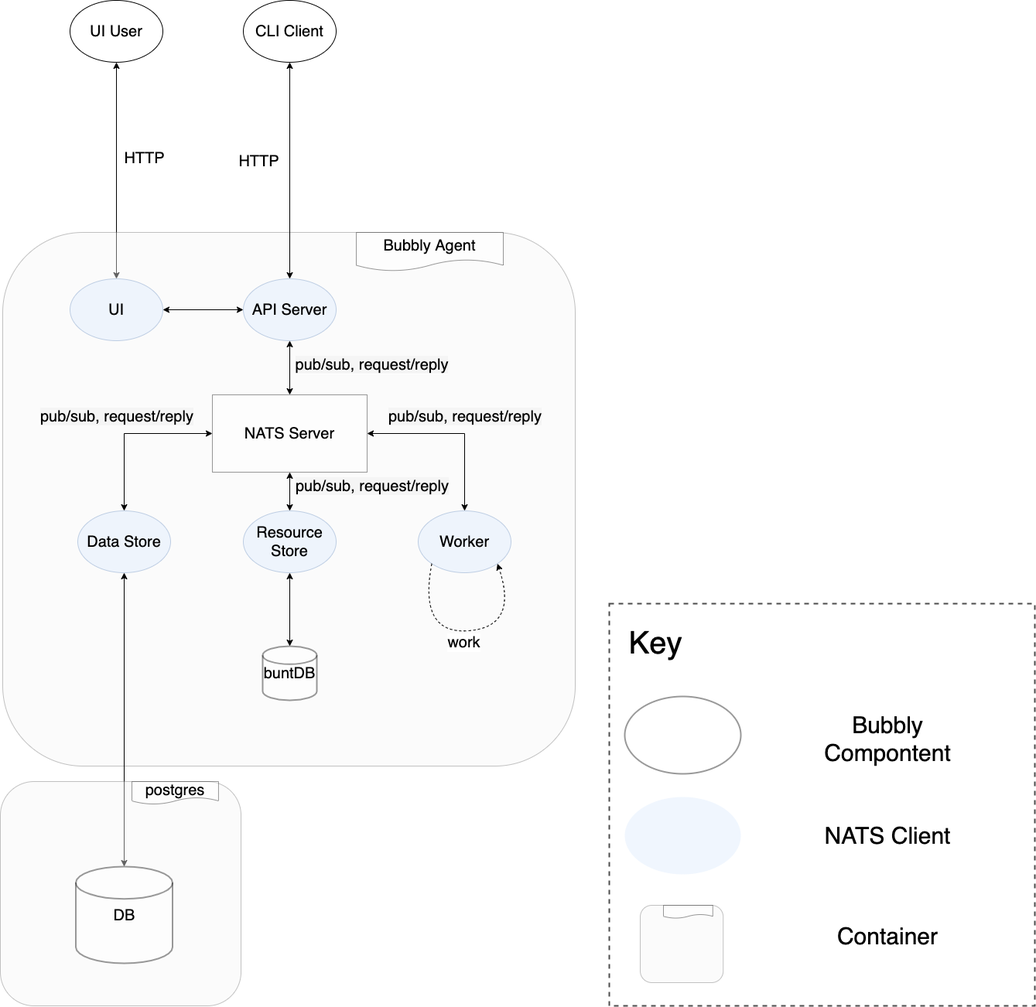
Earlier version of the draw.io export docs/images/architecture-single.png (valocode/bubbly). Source tidied: cells renumbered, new cells last; positions are measured from the earlier drawing's top-left corner, leaving out a move shared by most shapes.
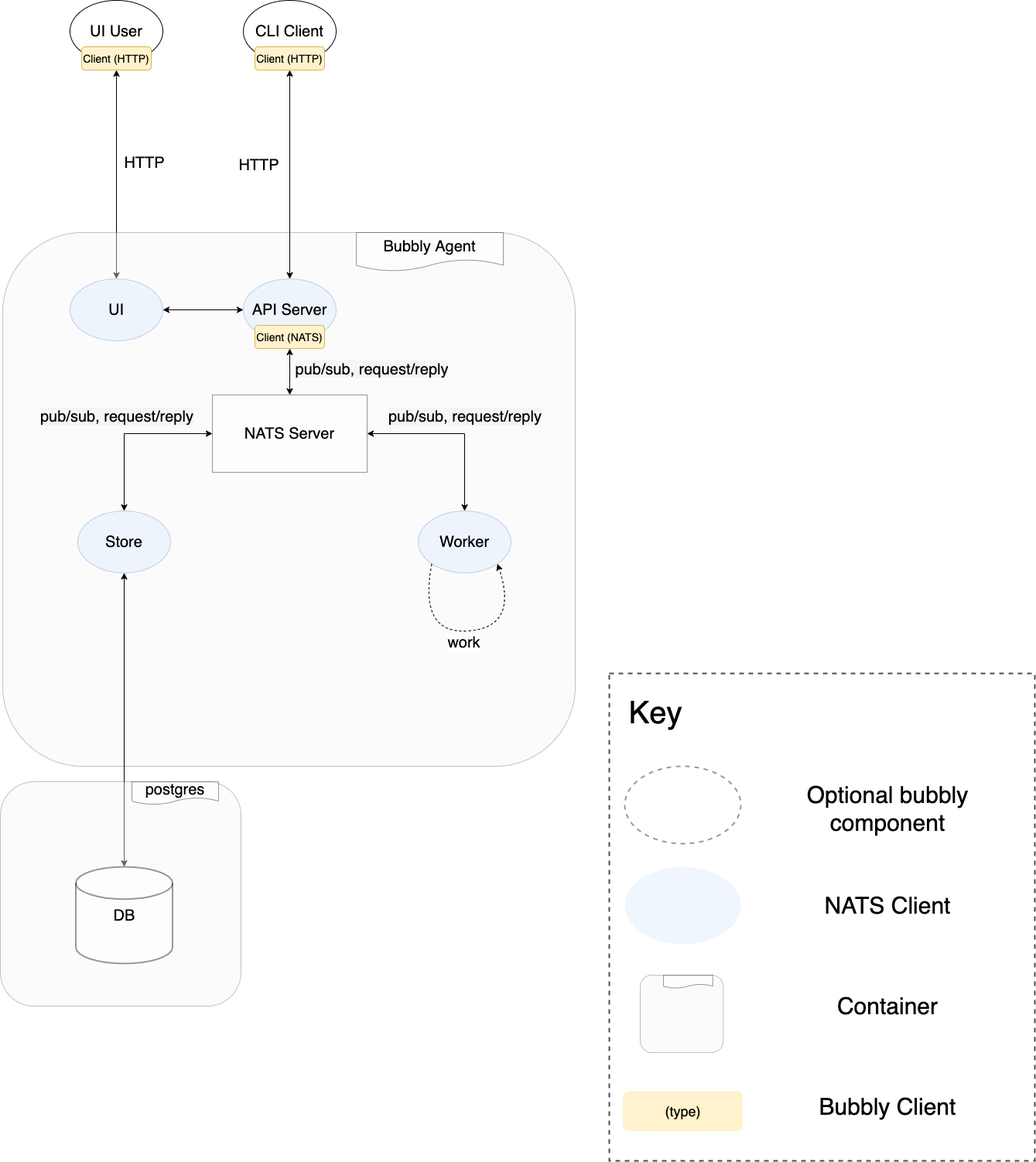
Above is the later version.

The edit, as a diff of the source:
```diff
@@ -8,13 +8,13 @@
     <mxCell id="3" value="CLI Client" style="ellipse;whiteSpace=wrap;html=1;fontSize=20;" parent="1" vertex="1">
       <mxGeometry x="314" width="120" height="80" as="geometry" />
     </mxCell>
-    <mxCell id="4" value="HTTP" style="endArrow=classic;html=1;fontSize=20;startArrow=classic;startFill=1;exitX=0.5;exitY=1;exitDx=0;exitDy=0;entryX=0.5;entryY=0;entryDx=0;entryDy=0;" parent="1" edge="1" source="2" target="24">
+    <mxCell id="4" value="HTTP" style="endArrow=classic;html=1;fontSize=20;startArrow=classic;startFill=1;exitX=0.5;exitY=1;exitDx=0;exitDy=0;entryX=0.5;entryY=0;entryDx=0;entryDy=0;" parent="1" edge="1" source="42" target="24">
       <mxGeometry x="-0.11" y="36" relative="1" as="geometry" />
     </mxCell>
     <mxCell id="5" style="rounded=1;whiteSpace=wrap;html=1;fillColor=#f5f5f5;strokeColor=#666666;fontColor=#333333;opacity=40;fontSize=20;" parent="1" vertex="1">
       <mxGeometry x="3" y="300" width="740" height="690" as="geometry" />
     </mxCell>
-    <mxCell id="6" value="&lt;span style=&quot;background-color: rgb(245 , 245 , 245)&quot;&gt;pub/sub, request/reply&lt;/span&gt;" style="edgeStyle=orthogonalEdgeStyle;rounded=0;jettySize=auto;html=1;entryX=0.5;entryY=0;entryDx=0;entryDy=0;fontSize=20;startArrow=classic;startFill=1;" parent="1" edge="1" source="7" target="12">
+    <mxCell id="6" value="&lt;span style=&quot;background-color: rgb(245 , 245 , 245)&quot;&gt;pub/sub, request/reply&lt;/span&gt;" style="edgeStyle=orthogonalEdgeStyle;rounded=0;jettySize=auto;html=1;entryX=0.5;entryY=0;entryDx=0;entryDy=0;fontSize=20;startArrow=classic;startFill=1;exitX=0.5;exitY=1;exitDx=0;exitDy=0;" parent="1" edge="1" source="40" target="12">
       <mxGeometry x="-0.14" y="106" relative="1" as="geometry">
         <mxPoint y="1" as="offset" />
       </mxGeometry>
@@ -28,9 +28,6 @@
     <mxCell id="9" style="edgeStyle=orthogonalEdgeStyle;rounded=0;jettySize=auto;html=1;entryX=0.5;entryY=0;entryDx=0;entryDy=0;fontSize=20;startArrow=classic;startFill=1;" parent="1" edge="1" source="12" target="14">
       <mxGeometry relative="1" as="geometry" />
     </mxCell>
-    <mxCell id="10" style="edgeStyle=orthogonalEdgeStyle;rounded=0;jettySize=auto;html=1;entryX=0.5;entryY=0;entryDx=0;entryDy=0;startArrow=classic;startFill=1;fontSize=20;" parent="1" edge="1" source="12" target="16">
-      <mxGeometry relative="1" as="geometry" />
-    </mxCell>
     <mxCell id="11" style="edgeStyle=orthogonalEdgeStyle;rounded=0;jettySize=auto;html=1;entryX=0.5;entryY=0;entryDx=0;entryDy=0;startArrow=classic;startFill=1;fontSize=20;" parent="1" edge="1" source="12" target="18">
       <mxGeometry relative="1" as="geometry" />
     </mxCell>
@@ -40,18 +37,9 @@
     <mxCell id="13" style="edgeStyle=orthogonalEdgeStyle;rounded=0;jettySize=auto;html=1;entryX=0.5;entryY=0;entryDx=0;entryDy=0;entryPerimeter=0;fontSize=20;startArrow=classic;startFill=1;" parent="1" edge="1" source="14" target="29">
       <mxGeometry relative="1" as="geometry" />
     </mxCell>
-    <mxCell id="14" value="Data Store" style="ellipse;whiteSpace=wrap;html=1;opacity=40;fontSize=20;fillColor=#dae8fc;strokeColor=#6c8ebf;" parent="1" vertex="1">
+    <mxCell id="14" value="Store" style="ellipse;whiteSpace=wrap;html=1;opacity=40;fontSize=20;fillColor=#dae8fc;strokeColor=#6c8ebf;" parent="1" vertex="1">
       <mxGeometry x="100" y="660" width="120" height="80" as="geometry" />
     </mxCell>
-    <mxCell id="15" style="edgeStyle=orthogonalEdgeStyle;rounded=0;jettySize=auto;html=1;entryX=0.5;entryY=0;entryDx=0;entryDy=0;entryPerimeter=0;startArrow=classic;startFill=1;fontSize=20;" parent="1" edge="1" source="16" target="17">
-      <mxGeometry relative="1" as="geometry" />
-    </mxCell>
-    <mxCell id="16" value="Resource Store" style="ellipse;whiteSpace=wrap;html=1;opacity=40;fontSize=20;fillColor=#dae8fc;strokeColor=#6c8ebf;" parent="1" vertex="1">
-      <mxGeometry x="314" y="660" width="120" height="80" as="geometry" />
-    </mxCell>
-    <mxCell id="17" value="buntDB" style="strokeWidth=2;html=1;shape=mxgraph.flowchart.database;whiteSpace=wrap;fontSize=20;opacity=40;" parent="1" vertex="1">
-      <mxGeometry x="339" y="835" width="70" height="70" as="geometry" />
-    </mxCell>
     <mxCell id="18" value="Worker" style="ellipse;whiteSpace=wrap;html=1;opacity=40;fontSize=20;fillColor=#dae8fc;strokeColor=#6c8ebf;" parent="1" vertex="1">
       <mxGeometry x="540" y="660" width="120" height="80" as="geometry" />
     </mxCell>
@@ -70,16 +58,13 @@
     <mxCell id="21" value="&lt;meta charset=&quot;utf-8&quot;&gt;&lt;span style=&quot;color: rgb(0, 0, 0); font-family: helvetica; font-size: 20px; font-style: normal; font-weight: 400; letter-spacing: normal; text-align: center; text-indent: 0px; text-transform: none; word-spacing: 0px; background-color: rgb(245, 245, 245); display: inline; float: none;&quot;&gt;pub/sub, request/reply&lt;/span&gt;" style="text;whiteSpace=wrap;html=1;fontSize=20;" parent="1" vertex="1">
       <mxGeometry x="50" y="520" width="220" height="40" as="geometry" />
     </mxCell>
-    <mxCell id="22" value="&lt;meta charset=&quot;utf-8&quot;&gt;&lt;span style=&quot;color: rgb(0, 0, 0); font-family: helvetica; font-size: 20px; font-style: normal; font-weight: 400; letter-spacing: normal; text-align: center; text-indent: 0px; text-transform: none; word-spacing: 0px; background-color: rgb(245, 245, 245); display: inline; float: none;&quot;&gt;pub/sub, request/reply&lt;/span&gt;" style="text;whiteSpace=wrap;html=1;fontSize=20;" parent="1" vertex="1">
-      <mxGeometry x="380" y="610" width="220" height="40" as="geometry" />
-    </mxCell>
     <mxCell id="23" style="edgeStyle=orthogonalEdgeStyle;curved=1;jettySize=auto;html=1;entryX=0;entryY=0.5;entryDx=0;entryDy=0;startArrow=classic;startFill=1;fontSize=20;" parent="1" edge="1" source="24" target="7">
       <mxGeometry relative="1" as="geometry" />
     </mxCell>
     <mxCell id="24" value="UI" style="ellipse;whiteSpace=wrap;html=1;opacity=40;fontSize=20;fillColor=#dae8fc;strokeColor=#6c8ebf;" parent="1" vertex="1">
       <mxGeometry x="90" y="360" width="120" height="80" as="geometry" />
     </mxCell>
-    <mxCell id="25" value="HTTP" style="endArrow=classic;html=1;fontSize=20;startArrow=classic;startFill=1;exitX=0.5;exitY=1;exitDx=0;exitDy=0;entryX=0.5;entryY=0;entryDx=0;entryDy=0;" parent="1" edge="1" source="3" target="7">
+    <mxCell id="25" value="HTTP" style="endArrow=classic;html=1;fontSize=20;startArrow=classic;startFill=1;exitX=0.5;exitY=1;exitDx=0;exitDy=0;entryX=0.5;entryY=0;entryDx=0;entryDy=0;" parent="1" edge="1" source="41" target="7">
       <mxGeometry x="-0.09" y="-40" relative="1" as="geometry" />
     </mxCell>
     <mxCell id="26" style="group;" parent="1" vertex="1">
@@ -94,35 +79,50 @@
     <mxCell id="29" value="DB" style="strokeWidth=2;html=1;shape=mxgraph.flowchart.database;whiteSpace=wrap;fontSize=20;opacity=40;" parent="26" vertex="1">
       <mxGeometry x="97.5" y="110" width="125" height="125" as="geometry" />
     </mxCell>
-    <mxCell id="30" style="rounded=0;whiteSpace=wrap;html=1;dashed=1;strokeWidth=2;opacity=70;" parent="1" vertex="1">
-      <mxGeometry x="787" y="780" width="550" height="520" as="geometry" />
-    </mxCell>
-    <mxCell id="31" style="group;" parent="1" vertex="1">
-      <mxGeometry x="827" y="1170" width="107.2" height="100" as="geometry" />
-    </mxCell>
+    <mxCell id="40" value="&lt;font style=&quot;font-size: 14px&quot;&gt;Client (NATS)&lt;/font&gt;" style="rounded=1;whiteSpace=wrap;html=1;fillColor=#fff2cc;strokeColor=#d6b656;" parent="1" vertex="1">
+      <mxGeometry x="329" y="420" width="90" height="30" as="geometry" />
+    </mxCell>
+    <mxCell id="41" value="&lt;font style=&quot;font-size: 14px&quot;&gt;Client (HTTP)&lt;/font&gt;" style="rounded=1;whiteSpace=wrap;html=1;fillColor=#fff2cc;strokeColor=#d6b656;" parent="1" vertex="1">
+      <mxGeometry x="329" y="60" width="90" height="30" as="geometry" />
+    </mxCell>
+    <mxCell id="42" value="&lt;font style=&quot;font-size: 14px&quot;&gt;Client (HTTP)&lt;/font&gt;" style="rounded=1;whiteSpace=wrap;html=1;fillColor=#fff2cc;strokeColor=#d6b656;" parent="1" vertex="1">
+      <mxGeometry x="105" y="60" width="90" height="30" as="geometry" />
+    </mxCell>
+    <mxCell id="43" style="rounded=0;whiteSpace=wrap;html=1;dashed=1;strokeWidth=2;opacity=70;" parent="1" vertex="1">
+      <mxGeometry x="787" y="870" width="550" height="630" as="geometry" />
+    </mxCell>
+    <mxCell id="44" style="group;" parent="1" vertex="1">
+      <mxGeometry x="827" y="1260" width="107.2" height="100" as="geometry" />
+    </mxCell>
-    <mxCell id="32" style="rounded=1;whiteSpace=wrap;html=1;fillColor=#f5f5f5;strokeColor=#666666;fontColor=#333333;opacity=40;fontSize=20;" parent="31" vertex="1">
+    <mxCell id="32" style="rounded=1;whiteSpace=wrap;html=1;fillColor=#f5f5f5;strokeColor=#666666;fontColor=#333333;opacity=40;fontSize=20;" parent="44" vertex="1">
       <mxGeometry width="107.2" height="100" as="geometry" />
     </mxCell>
-    <mxCell id="33" style="shape=document;whiteSpace=wrap;html=1;boundedLbl=1;opacity=40;fontSize=20;" parent="31" vertex="1">
+    <mxCell id="33" style="shape=document;whiteSpace=wrap;html=1;boundedLbl=1;opacity=40;fontSize=20;" parent="44" vertex="1">
       <mxGeometry x="30" width="63.8" height="16.8" as="geometry" />
     </mxCell>
-    <mxCell id="34" style="ellipse;whiteSpace=wrap;html=1;opacity=40;fontSize=20;strokeWidth=2;" parent="1" vertex="1">
-      <mxGeometry x="807" y="900" width="150" height="100" as="geometry" />
-    </mxCell>
+    <mxCell id="45" style="ellipse;whiteSpace=wrap;html=1;opacity=40;fontSize=20;dashed=1;strokeWidth=2;" parent="1" vertex="1">
+      <mxGeometry x="807" y="990" width="150" height="100" as="geometry" />
+    </mxCell>
     <mxCell id="35" value="&lt;font style=&quot;font-size: 40px&quot;&gt;Key&lt;/font&gt;" style="text;html=1;strokeColor=none;fillColor=none;align=center;verticalAlign=middle;whiteSpace=wrap;rounded=0;dashed=1;opacity=70;" parent="1" vertex="1">
-      <mxGeometry x="827" y="820" width="40" height="20" as="geometry" />
+      <mxGeometry x="827" y="910" width="40" height="20" as="geometry" />
     </mxCell>
-    <mxCell id="36" value="&lt;font style=&quot;font-size: 30px&quot;&gt;Bubbly Compontent&lt;/font&gt;" style="text;html=1;strokeColor=none;fillColor=none;align=center;verticalAlign=middle;whiteSpace=wrap;rounded=0;dashed=1;opacity=70;" parent="1" vertex="1">
-      <mxGeometry x="1017" y="905" width="260" height="100" as="geometry" />
-    </mxCell>
-    <mxCell id="37" style="ellipse;whiteSpace=wrap;html=1;opacity=40;fontSize=20;dashed=1;strokeWidth=2;fillColor=#dae8fc;strokeColor=none;" parent="1" vertex="1">
-      <mxGeometry x="807" y="1030" width="150" height="100" as="geometry" />
-    </mxCell>
+    <mxCell id="46" value="&lt;font style=&quot;font-size: 30px&quot;&gt;Optional bubbly component&lt;/font&gt;" style="text;html=1;strokeColor=none;fillColor=none;align=center;verticalAlign=middle;whiteSpace=wrap;rounded=0;dashed=1;opacity=70;" parent="1" vertex="1">
+      <mxGeometry x="1017" y="995" width="260" height="100" as="geometry" />
+    </mxCell>
+    <mxCell id="47" style="ellipse;whiteSpace=wrap;html=1;opacity=40;fontSize=20;dashed=1;strokeWidth=2;fillColor=#dae8fc;strokeColor=none;" parent="1" vertex="1">
+      <mxGeometry x="807" y="1120" width="150" height="100" as="geometry" />
+    </mxCell>
     <mxCell id="38" value="&lt;font style=&quot;font-size: 30px&quot;&gt;NATS Client&lt;/font&gt;" style="text;html=1;strokeColor=none;fillColor=none;align=center;verticalAlign=middle;whiteSpace=wrap;rounded=0;dashed=1;opacity=70;" parent="1" vertex="1">
-      <mxGeometry x="1017" y="1030" width="260" height="100" as="geometry" />
+      <mxGeometry x="1017" y="1120" width="260" height="100" as="geometry" />
     </mxCell>
     <mxCell id="39" value="&lt;font style=&quot;font-size: 30px&quot;&gt;Container&lt;/font&gt;" style="text;html=1;strokeColor=none;fillColor=none;align=center;verticalAlign=middle;whiteSpace=wrap;rounded=0;dashed=1;opacity=70;" parent="1" vertex="1">
-      <mxGeometry x="1017" y="1160" width="260" height="100" as="geometry" />
+      <mxGeometry x="1017" y="1250" width="260" height="100" as="geometry" />
     </mxCell>
+    <mxCell id="48" value="&lt;font style=&quot;font-size: 18px&quot;&gt;(type)&lt;/font&gt;" style="rounded=1;whiteSpace=wrap;html=1;fillColor=#fff2cc;strokeColor=none;" parent="1" vertex="1">
+      <mxGeometry x="804.5" y="1410" width="155" height="51.7" as="geometry" />
+    </mxCell>
+    <mxCell id="49" value="&lt;font style=&quot;font-size: 30px&quot;&gt;Bubbly Client&lt;/font&gt;" style="text;html=1;strokeColor=none;fillColor=none;align=center;verticalAlign=middle;whiteSpace=wrap;rounded=0;dashed=1;opacity=70;" parent="1" vertex="1">
+      <mxGeometry x="1017" y="1380" width="260" height="100" as="geometry" />
+    </mxCell>
   </root>
 </mxGraphModel>
```
